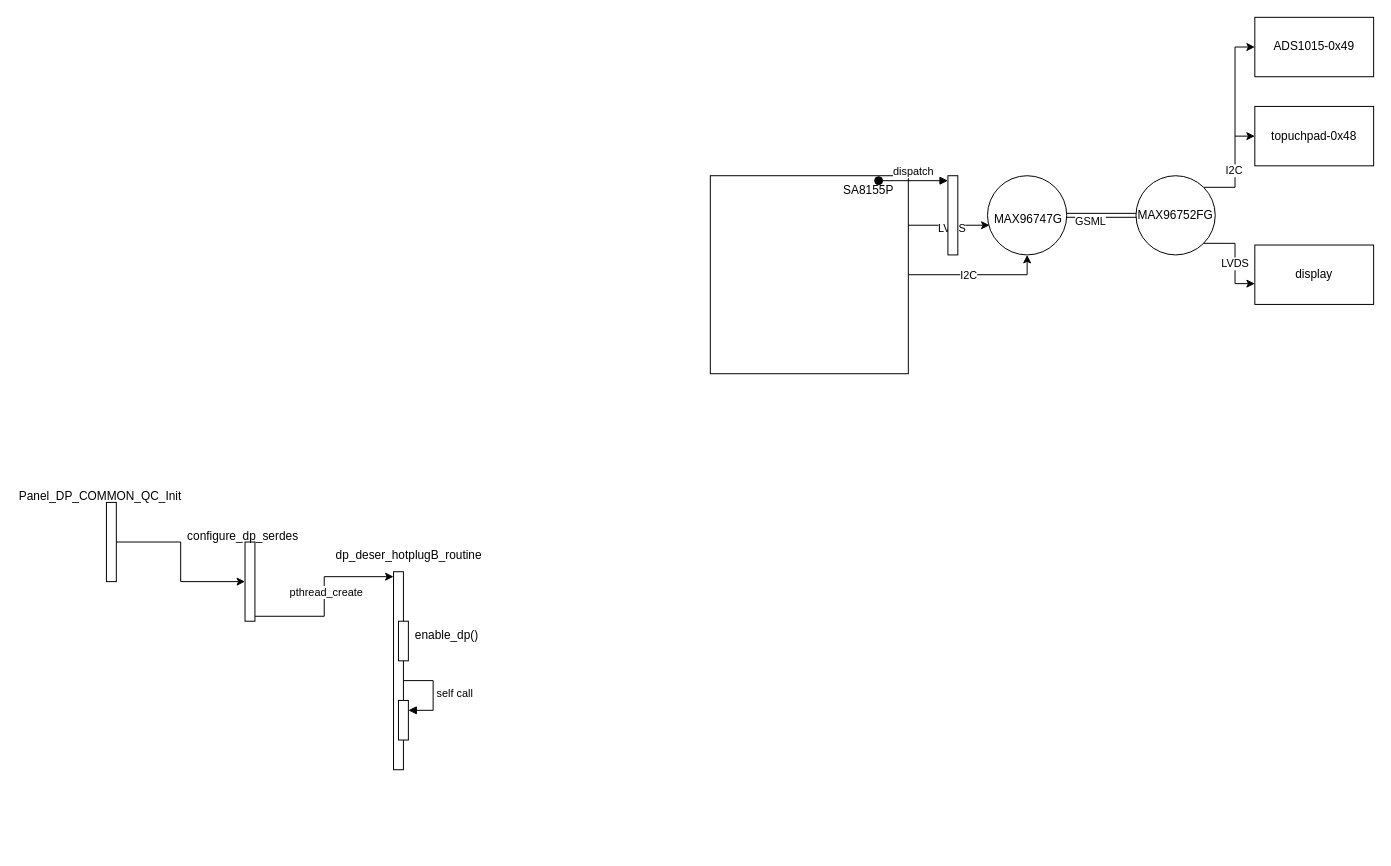
singledo/drawio-repo keeps this draw.io diagram as page "Page-2" (2 of 2) of display-arch.drawio. Above is the earlier version. Source tidied: cells renumbered, new cells numbered last; positions are measured from the earlier drawing's top-left corner, leaving out a move shared by most shapes. Both pictures are drawn from the tidied source at 99%, with x=0, y=0 at pixel (17, 17).
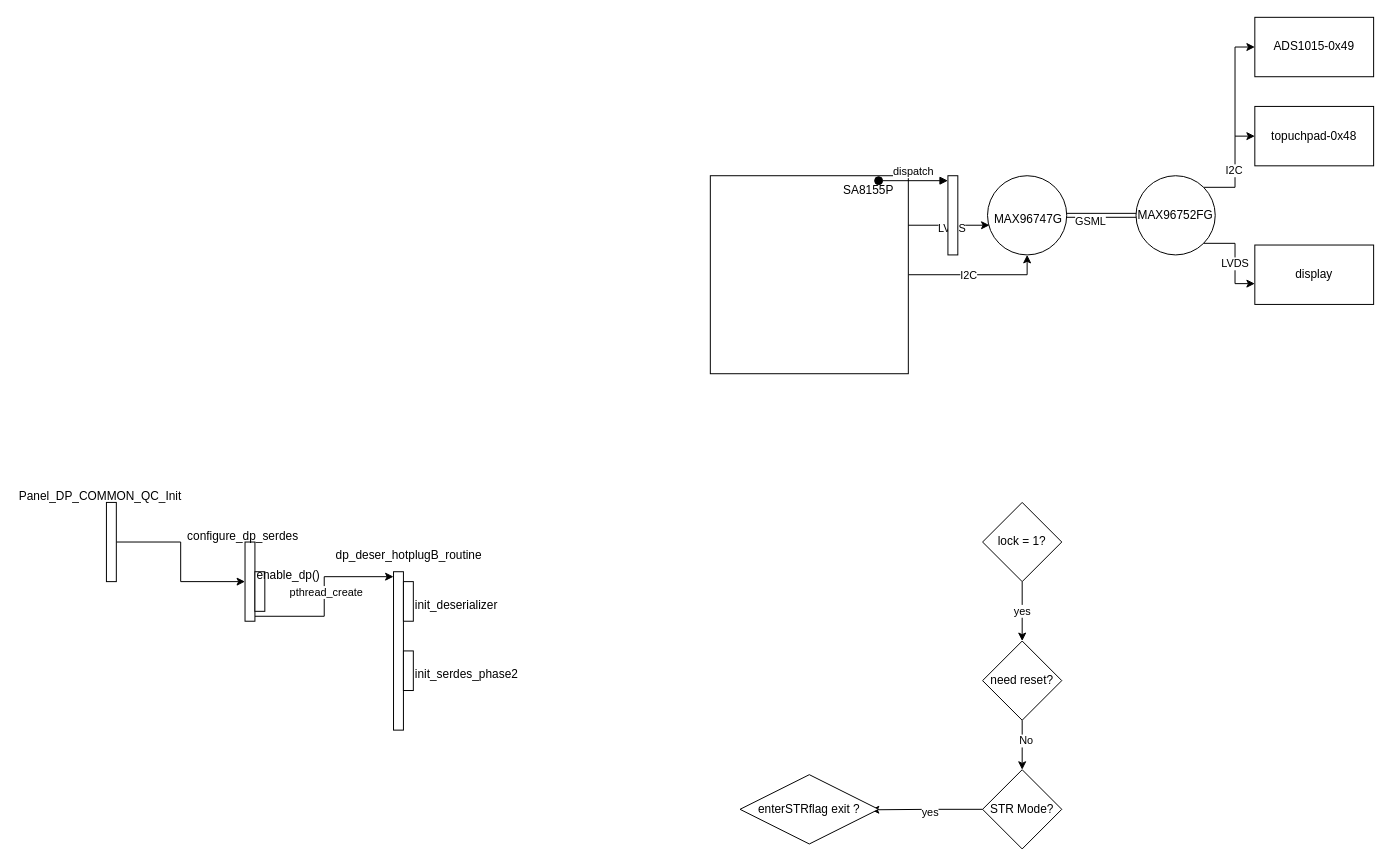
The same page after the edit.

What changed in the source:
```diff
@@
     <mxCell id="31" style="html=1;points=[[0,0,0,0,5],[0,1,0,0,-5],[1,0,0,0,5],[1,1,0,0,-5]];perimeter=orthogonalPerimeter;outlineConnect=0;targetShapes=umlLifeline;portConstraint=eastwest;newEdgeStyle={&quot;curved&quot;:0,&quot;rounded&quot;:0};" parent="1" vertex="1">
-      <mxGeometry x="380" y="560" width="10" height="200" as="geometry" />
+      <mxGeometry x="380" y="560" width="10" height="160" as="geometry" />
     </mxCell>
     <mxCell id="32" style="html=1;perimeter=orthogonalPerimeter;targetShapes=umlLifeline;newEdgeStyle={&quot;curved&quot;:0,&quot;rounded&quot;:0};" parent="1" vertex="1">
-      <mxGeometry x="385" y="610" width="10" height="40" as="geometry" />
+      <mxGeometry x="240" y="560" width="10" height="40" as="geometry" />
     </mxCell>
     <mxCell id="33" value="enable_dp()" style="text;whiteSpace=wrap;" parent="1" vertex="1">
-      <mxGeometry x="400" y="610" width="100" height="10" as="geometry" />
+      <mxGeometry x="240" y="550" width="100" height="10" as="geometry" />
     </mxCell>
-    <mxCell id="34" style="html=1;points=[[0,0,0,0,5],[0,1,0,0,-5],[1,0,0,0,5],[1,1,0,0,-5]];perimeter=orthogonalPerimeter;outlineConnect=0;targetShapes=umlLifeline;portConstraint=eastwest;newEdgeStyle={&quot;curved&quot;:0,&quot;rounded&quot;:0};" parent="1" vertex="1">
-      <mxGeometry x="385" y="690" width="10" height="40" as="geometry" />
-    </mxCell>
-    <mxCell id="35" value="self call" style="html=1;align=left;spacingLeft=2;endArrow=block;rounded=0;edgeStyle=orthogonalEdgeStyle;curved=0;rounded=0;" parent="1" edge="1" target="34">
-      <mxGeometry relative="1" as="geometry">
-        <mxPoint x="390" y="670" as="sourcePoint" />
-        <Array as="points">
-          <mxPoint x="420" y="700" />
-        </Array>
-      </mxGeometry>
-    </mxCell>
+    <mxCell id="36" style="html=1;perimeter=orthogonalPerimeter;targetShapes=umlLifeline;newEdgeStyle={&quot;curved&quot;:0,&quot;rounded&quot;:0};" parent="1" vertex="1">
+      <mxGeometry x="390" y="570" width="10" height="40" as="geometry" />
+    </mxCell>
+    <mxCell id="37" value="init_deserializer" style="text;whiteSpace=wrap;" parent="1" vertex="1">
+      <mxGeometry x="400" y="580" width="120" height="20" as="geometry" />
+    </mxCell>
+    <mxCell id="38" style="html=1;perimeter=orthogonalPerimeter;targetShapes=umlLifeline;newEdgeStyle={&quot;curved&quot;:0,&quot;rounded&quot;:0};" parent="1" vertex="1">
+      <mxGeometry x="390" y="640" width="10" height="40" as="geometry" />
+    </mxCell>
+    <mxCell id="39" value="init_serdes_phase2" style="text;whiteSpace=wrap;" parent="1" vertex="1">
+      <mxGeometry x="400" y="650" width="140" height="20" as="geometry" />
+    </mxCell>
+    <mxCell id="40" style="edgeStyle=orthogonalEdgeStyle;rounded=0;jettySize=auto;html=1;exitX=0.5;exitY=1;exitDx=0;exitDy=0;entryX=0.5;entryY=0;entryDx=0;entryDy=0;" parent="1" edge="1" source="42" target="45">
+      <mxGeometry relative="1" as="geometry" />
+    </mxCell>
+    <mxCell id="41" value="yes" style="edgeLabel;html=1;align=center;verticalAlign=middle;" parent="40" vertex="1">
+      <mxGeometry x="-0.04" y="-1" relative="1" as="geometry" />
+    </mxCell>
+    <mxCell id="42" value="lock = 1?" style="rhombus;whiteSpace=wrap;html=1;" parent="1" vertex="1">
+      <mxGeometry x="975" y="490" width="80" height="80" as="geometry" />
+    </mxCell>
+    <mxCell id="43" style="edgeStyle=orthogonalEdgeStyle;rounded=0;jettySize=auto;html=1;exitX=0.5;exitY=1;exitDx=0;exitDy=0;entryX=0.5;entryY=0;entryDx=0;entryDy=0;" parent="1" edge="1" source="45" target="48">
+      <mxGeometry relative="1" as="geometry" />
+    </mxCell>
+    <mxCell id="44" value="No" style="edgeLabel;html=1;align=center;verticalAlign=middle;" parent="43" vertex="1">
+      <mxGeometry x="-0.21" y="3" relative="1" as="geometry" />
+    </mxCell>
+    <mxCell id="45" value="need reset?" style="rhombus;whiteSpace=wrap;html=1;" parent="1" vertex="1">
+      <mxGeometry x="975" y="630" width="80" height="80" as="geometry" />
+    </mxCell>
+    <mxCell id="46" style="edgeStyle=orthogonalEdgeStyle;rounded=0;jettySize=auto;html=1;entryX=0.944;entryY=0.507;entryDx=0;entryDy=0;entryPerimeter=0;" parent="1" edge="1" source="48" target="49">
+      <mxGeometry relative="1" as="geometry" />
+    </mxCell>
+    <mxCell id="47" value="yes" style="edgeLabel;html=1;align=center;verticalAlign=middle;" parent="46" vertex="1">
+      <mxGeometry x="-0.05" y="2" relative="1" as="geometry" />
+    </mxCell>
+    <mxCell id="48" value="STR Mode?" style="rhombus;whiteSpace=wrap;html=1;" parent="1" vertex="1">
+      <mxGeometry x="975" y="760" width="80" height="80" as="geometry" />
+    </mxCell>
+    <mxCell id="49" value="enterSTRflag exit ?" style="rhombus;whiteSpace=wrap;html=1;" parent="1" vertex="1">
+      <mxGeometry x="730" y="765" width="140" height="70" as="geometry" />
+    </mxCell>
```
